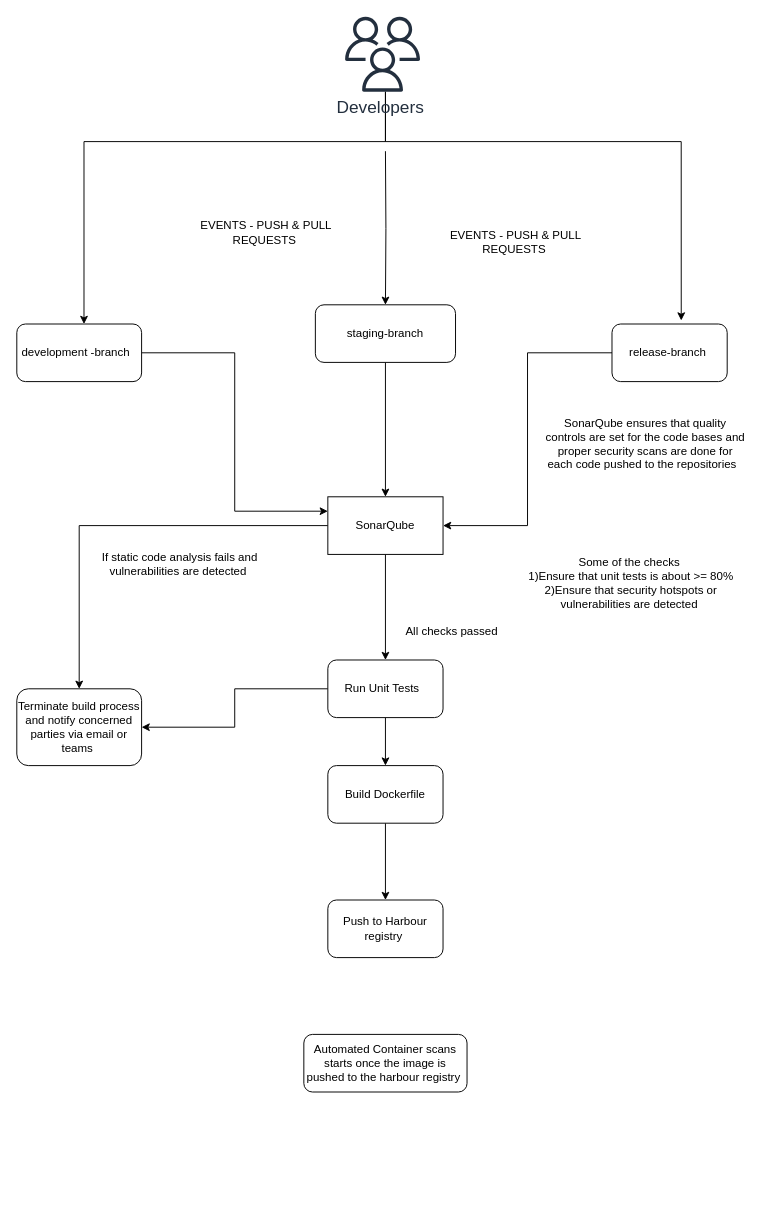
This is icurity.drawio from tyger-rareatom/consulting-architectures, a draw.io file, before an edit. Source tidied: cells renumbered, new cells numbered last; positions are measured from the earlier drawing's top-left corner, leaving out a move shared by most shapes. Both pictures are drawn from the tidied source at 96%, with x=0, y=0 at pixel (16, 16).
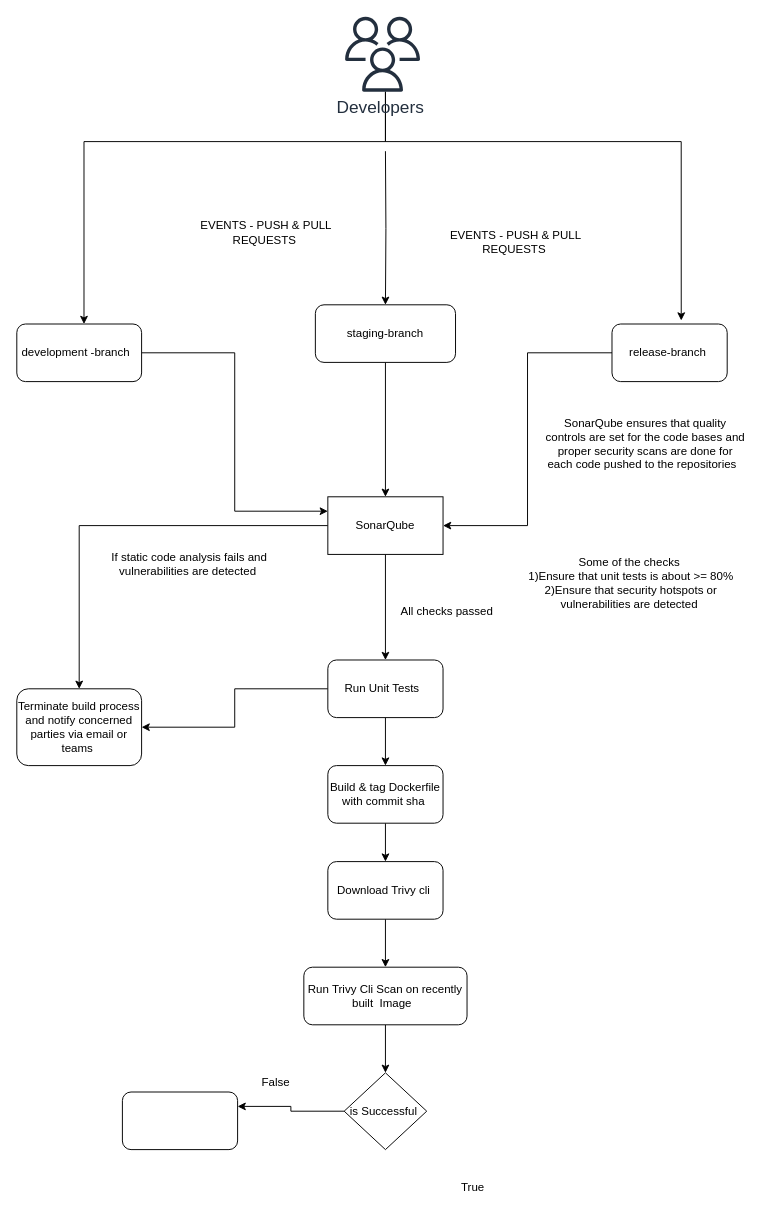
Above is the later version.

Commit message:
vulnerability scans

Diff of the diagram source:
```diff
@@
     <mxCell id="22" value="All checks passed&amp;nbsp;" style="text;html=1;strokeColor=none;fillColor=none;align=center;verticalAlign=middle;whiteSpace=wrap;rounded=0;" parent="1" vertex="1">
-      <mxGeometry x="395" y="630" width="120" height="20" as="geometry" />
+      <mxGeometry x="390" y="610" width="120" height="20" as="geometry" />
     </mxCell>
@@
     <mxCell id="24" value="If static code analysis fails and vulnerabilities are detected&amp;nbsp;" style="text;html=1;strokeColor=none;fillColor=none;align=center;verticalAlign=middle;whiteSpace=wrap;rounded=0;" parent="1" vertex="1">
-      <mxGeometry x="60" y="540" width="220" height="60" as="geometry" />
+      <mxGeometry x="70" y="540" width="220" height="60" as="geometry" />
     </mxCell>
@@
-    <mxCell id="26" value="Build Dockerfile" style="rounded=1;whiteSpace=wrap;html=1;" parent="1" vertex="1">
+    <mxCell id="26" value="Build &amp;amp; tag Dockerfile&lt;br&gt;with commit sha&amp;nbsp;" style="rounded=1;whiteSpace=wrap;html=1;" parent="1" vertex="1">
       <mxGeometry x="324" y="780" width="120" height="60" as="geometry" />
     </mxCell>
+    <mxCell id="29" style="edgeStyle=orthogonalEdgeStyle;rounded=0;jettySize=auto;html=1;" parent="1" edge="1" source="27" target="28">
+      <mxGeometry relative="1" as="geometry" />
+    </mxCell>
-    <mxCell id="27" value="Push to Harbour registry&amp;nbsp;" style="rounded=1;whiteSpace=wrap;html=1;" parent="1" vertex="1">
-      <mxGeometry x="324" y="920" width="120" height="60" as="geometry" />
+    <mxCell id="27" value="Download Trivy cli&amp;nbsp;" style="rounded=1;whiteSpace=wrap;html=1;" parent="1" vertex="1">
+      <mxGeometry x="324" y="880" width="120" height="60" as="geometry" />
     </mxCell>
+    <mxCell id="30" style="edgeStyle=orthogonalEdgeStyle;rounded=0;jettySize=auto;html=1;" parent="1" edge="1" source="28" target="33">
+      <mxGeometry relative="1" as="geometry" />
+    </mxCell>
-    <mxCell id="28" value="Automated Container scans starts once the image is pushed to the harbour registry&amp;nbsp;" style="rounded=1;whiteSpace=wrap;html=1;" parent="1" vertex="1">
-      <mxGeometry x="299" y="1060" width="170" height="60" as="geometry" />
+    <mxCell id="28" value="&lt;span&gt;Run Trivy Cli Scan on recently built&amp;nbsp; Image&amp;nbsp;&amp;nbsp;&lt;/span&gt;" style="rounded=1;whiteSpace=wrap;html=1;" parent="1" vertex="1">
+      <mxGeometry x="299" y="990" width="170" height="60" as="geometry" />
     </mxCell>
+    <mxCell id="31" style="rounded=1;whiteSpace=wrap;html=1;" parent="1" vertex="1">
+      <mxGeometry x="110" y="1120" width="120" height="60" as="geometry" />
+    </mxCell>
+    <mxCell id="32" style="edgeStyle=orthogonalEdgeStyle;rounded=0;jettySize=auto;html=1;entryX=1;entryY=0.25;entryDx=0;entryDy=0;" parent="1" edge="1" source="33" target="31">
+      <mxGeometry relative="1" as="geometry" />
+    </mxCell>
+    <mxCell id="33" value="is Successful&amp;nbsp;" style="rhombus;whiteSpace=wrap;html=1;" parent="1" vertex="1">
+      <mxGeometry x="341" y="1100" width="86" height="80" as="geometry" />
+    </mxCell>
+    <mxCell id="34" value="True&amp;nbsp;" style="text;html=1;strokeColor=none;fillColor=none;align=center;verticalAlign=middle;whiteSpace=wrap;rounded=0;" parent="1" vertex="1">
+      <mxGeometry x="457" y="1210" width="40" height="20" as="geometry" />
+    </mxCell>
+    <mxCell id="35" value="False" style="text;html=1;strokeColor=none;fillColor=none;align=center;verticalAlign=middle;whiteSpace=wrap;rounded=0;" parent="1" vertex="1">
+      <mxGeometry x="250" y="1100" width="40" height="20" as="geometry" />
+    </mxCell>
```
